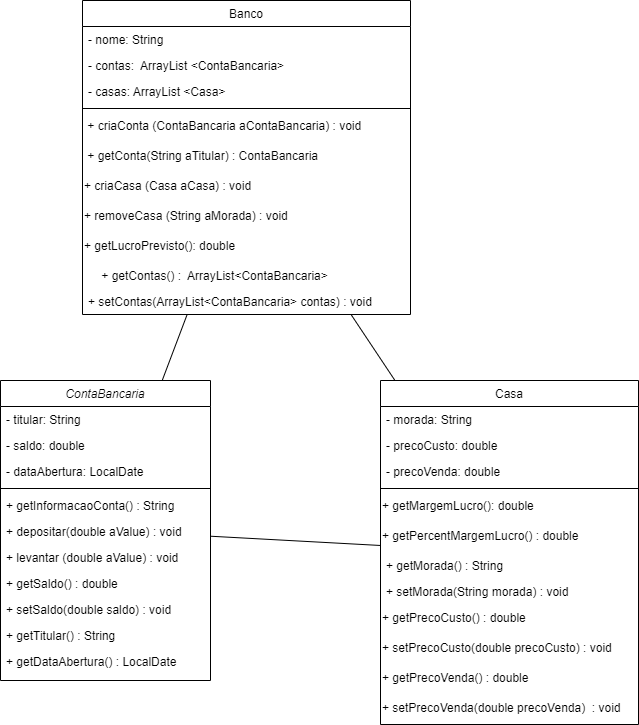
This is Imagens/DiagramaUML_Ficha3.drawio.png from MargaridaD/Ficha-3, a draw.io export, as it was before one commit. Source tidied: cells renumbered, new cells last; positions are measured from the earlier drawing's top-left corner, leaving out a move shared by most shapes.
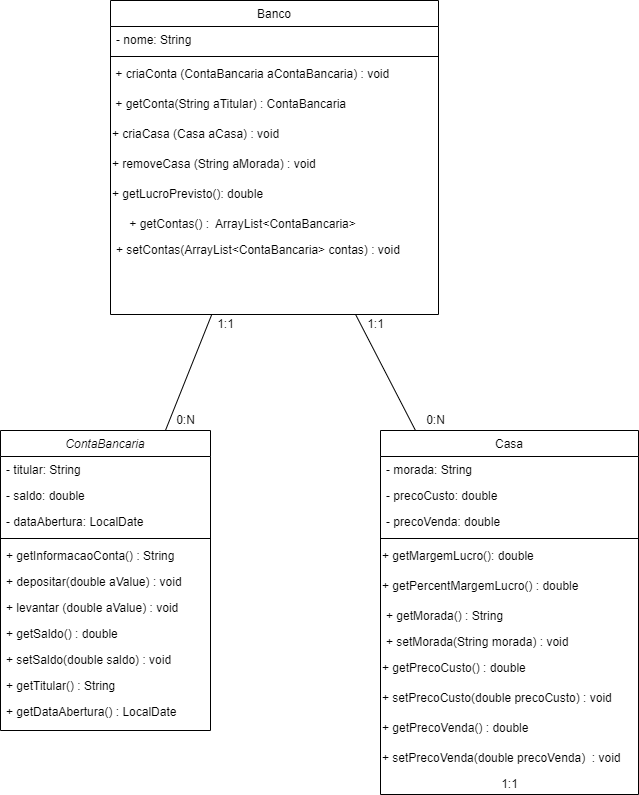
Later version of the same file.

Commit message:
Correção de diagrama UML

The edit, as a diff of the source:
```diff
@@ -39,43 +39,37 @@
       <mxGeometry y="268" width="210" height="26" as="geometry" />
     </mxCell>
     <mxCell id="14" value="Banco" style="swimlane;fontStyle=0;align=center;verticalAlign=top;horizontal=1;startSize=26;rounded=0;shadow=0;strokeWidth=1;" parent="1" vertex="1">
-      <mxGeometry x="82" width="328" height="314" as="geometry" />
+      <mxGeometry x="110" y="-50" width="328" height="314" as="geometry" />
     </mxCell>
     <mxCell id="15" value="- nome: String" style="text;align=left;verticalAlign=top;spacingLeft=4;spacingRight=4;overflow=hidden;" parent="14" vertex="1">
       <mxGeometry y="26" width="328" height="26" as="geometry" />
     </mxCell>
-    <mxCell id="16" value="- contas:  ArrayList &lt;ContaBancaria&gt;" style="text;align=left;verticalAlign=top;spacingLeft=4;spacingRight=4;overflow=hidden;rounded=0;shadow=0;html=0;" parent="14" vertex="1">
-      <mxGeometry y="52" width="328" height="26" as="geometry" />
-    </mxCell>
-    <mxCell id="17" value="- casas: ArrayList &lt;Casa&gt;" style="text;align=left;verticalAlign=top;spacingLeft=4;spacingRight=4;overflow=hidden;rounded=0;shadow=0;html=0;" parent="14" vertex="1">
-      <mxGeometry y="78" width="328" height="26" as="geometry" />
-    </mxCell>
     <mxCell id="18" style="line;html=1;strokeWidth=1;align=left;verticalAlign=middle;spacingTop=-1;spacingLeft=3;spacingRight=3;labelPosition=right;" parent="14" vertex="1">
-      <mxGeometry y="104" width="328" height="8" as="geometry" />
+      <mxGeometry y="52" width="328" height="8" as="geometry" />
     </mxCell>
     <mxCell id="19" value="&amp;nbsp;+ criaConta (ContaBancaria aContaBancaria) : void" style="text;whiteSpace=wrap;html=1;" parent="14" vertex="1">
-      <mxGeometry y="112" width="328" height="30" as="geometry" />
+      <mxGeometry y="60" width="328" height="30" as="geometry" />
     </mxCell>
     <mxCell id="20" value="&amp;nbsp;+ getConta(String aTitular) : ContaBancaria&lt;span style=&quot;white-space: pre&quot;&gt;&#9;&lt;/span&gt;&lt;span style=&quot;white-space: pre&quot;&gt;&#9;&lt;/span&gt;" style="text;whiteSpace=wrap;html=1;" parent="14" vertex="1">
-      <mxGeometry y="142" width="328" height="30" as="geometry" />
+      <mxGeometry y="90" width="328" height="30" as="geometry" />
     </mxCell>
     <mxCell id="21" value="+ criaCasa (Casa aCasa) : void" style="text;whiteSpace=wrap;html=1;" parent="14" vertex="1">
-      <mxGeometry y="172" width="328" height="30" as="geometry" />
+      <mxGeometry y="120" width="328" height="30" as="geometry" />
     </mxCell>
     <mxCell id="22" value="+&amp;nbsp;removeCasa (String aMorada) : void" style="text;whiteSpace=wrap;html=1;" parent="14" vertex="1">
-      <mxGeometry y="202" width="328" height="30" as="geometry" />
+      <mxGeometry y="150" width="328" height="30" as="geometry" />
     </mxCell>
     <mxCell id="23" value="+&amp;nbsp;getLucroPrevisto(): double&lt;span style=&quot;white-space: pre&quot;&gt;&#9;&lt;/span&gt;" style="text;whiteSpace=wrap;html=1;" parent="14" vertex="1">
-      <mxGeometry y="232" width="328" height="30" as="geometry" />
+      <mxGeometry y="180" width="328" height="30" as="geometry" />
     </mxCell>
     <mxCell id="24" value="    + getContas() :  ArrayList&lt;ContaBancaria&gt;" style="text;align=left;verticalAlign=top;spacingLeft=4;spacingRight=4;overflow=hidden;" parent="14" vertex="1">
-      <mxGeometry y="262" width="328" height="26" as="geometry" />
+      <mxGeometry y="210" width="328" height="26" as="geometry" />
     </mxCell>
     <mxCell id="25" value="+ setContas(ArrayList&lt;ContaBancaria&gt; contas) : void" style="text;align=left;verticalAlign=top;spacingLeft=4;spacingRight=4;overflow=hidden;" parent="14" vertex="1">
-      <mxGeometry y="288" width="328" height="26" as="geometry" />
+      <mxGeometry y="236" width="328" height="26" as="geometry" />
     </mxCell>
     <mxCell id="26" value="Casa" style="swimlane;fontStyle=0;align=center;verticalAlign=top;horizontal=1;startSize=26;rounded=0;shadow=0;strokeWidth=1;" parent="1" vertex="1">
-      <mxGeometry x="380" y="380" width="258" height="344" as="geometry" />
+      <mxGeometry x="380" y="380" width="258" height="364" as="geometry" />
     </mxCell>
     <mxCell id="27" value="- morada: String" style="text;align=left;verticalAlign=top;spacingLeft=4;spacingRight=4;overflow=hidden;" parent="26" vertex="1">
       <mxGeometry y="26" width="258" height="26" as="geometry" />
@@ -113,14 +107,26 @@
     <mxCell id="38" value="+ setPrecoVenda(double precoVenda)&amp;nbsp; : void" style="text;whiteSpace=wrap;html=1;" parent="26" vertex="1">
       <mxGeometry y="314" width="258" height="30" as="geometry" />
     </mxCell>
-    <mxCell id="39" style="endArrow=none;html=1;rounded=0;fontColor=#000000;" parent="1" edge="1" source="2" target="26">
-      <mxGeometry relative="1" as="geometry" />
-    </mxCell>
+    <mxCell id="42" value="1:1" style="text;html=1;align=center;verticalAlign=middle;strokeColor=none;fillColor=none;" parent="26" vertex="1">
+      <mxGeometry y="344" width="258" height="20" as="geometry" />
+    </mxCell>
     <mxCell id="40" style="endArrow=none;html=1;rounded=0;fontColor=#000000;" parent="1" edge="1" source="2" target="14">
       <mxGeometry relative="1" as="geometry" />
     </mxCell>
     <mxCell id="41" style="endArrow=none;html=1;rounded=0;fontColor=#000000;" parent="1" edge="1" source="26" target="14">
       <mxGeometry relative="1" as="geometry" />
     </mxCell>
+    <mxCell id="43" value="1:1" style="text;html=1;align=center;verticalAlign=middle;strokeColor=none;fillColor=none;" parent="1" vertex="1">
+      <mxGeometry x="360" y="264" width="30" height="20" as="geometry" />
+    </mxCell>
+    <mxCell id="44" value="0:N" style="text;html=1;align=center;verticalAlign=middle;strokeColor=none;fillColor=none;" parent="1" vertex="1">
+      <mxGeometry x="420" y="360" width="30" height="20" as="geometry" />
+    </mxCell>
+    <mxCell id="45" value="0:N" style="text;html=1;align=center;verticalAlign=middle;strokeColor=none;fillColor=none;" parent="1" vertex="1">
+      <mxGeometry x="170" y="360" width="30" height="20" as="geometry" />
+    </mxCell>
+    <mxCell id="46" value="1:1" style="text;html=1;align=center;verticalAlign=middle;strokeColor=none;fillColor=none;" parent="1" vertex="1">
+      <mxGeometry x="210" y="264" width="30" height="20" as="geometry" />
+    </mxCell>
   </root>
 </mxGraphModel>
```
